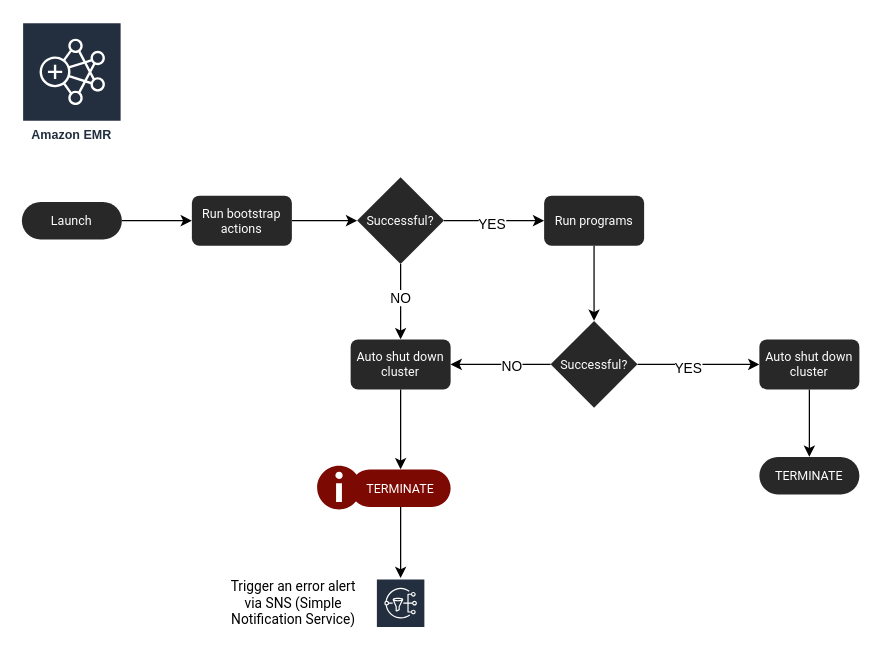
The draw.io diagram assets/pattern-emr.drawio in thereferences/practice, before the edit. Source tidied: cells renumbered, new cells numbered last; positions are measured from the earlier drawing's top-left corner, leaving out a move shared by most shapes. Both pictures are drawn from the tidied source at 125%, with x=0, y=0 at pixel (21, 21).
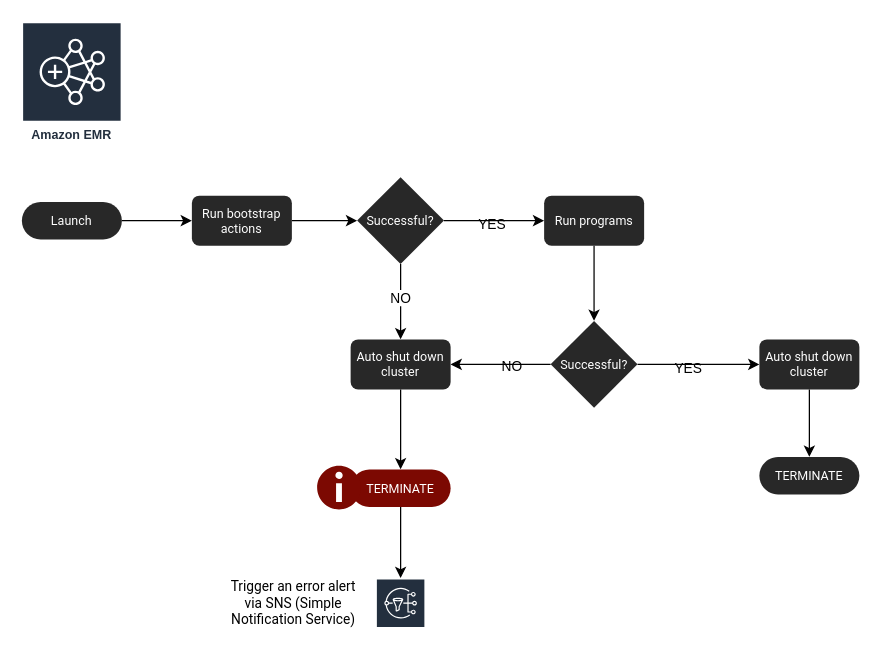
The same diagram, later.

Unchanged cells that the change refers to:
```xml
<mxCell id="5" style="edgeStyle=orthogonalEdgeStyle;rounded=0;jettySize=auto;html=1;entryX=0;entryY=0.5;entryDx=0;entryDy=0;" parent="1" edge="1" source="9" target="15">
  <mxGeometry relative="1" as="geometry" />
</mxCell>
<mxCell id="16" style="edgeStyle=orthogonalEdgeStyle;rounded=0;jettySize=auto;html=1;entryX=0;entryY=0.5;entryDx=0;entryDy=0;" parent="1" edge="1" source="20" target="21">
  <mxGeometry relative="1" as="geometry" />
</mxCell>
<mxCell id="18" style="edgeStyle=orthogonalEdgeStyle;rounded=0;jettySize=auto;html=1;entryX=1;entryY=0.5;entryDx=0;entryDy=0;" parent="1" edge="1" source="20" target="12">
  <mxGeometry relative="1" as="geometry" />
</mxCell>
```

The edit, as a diff of the source:
```diff
@@
-    <mxCell id="6" value="YES" style="edgeLabel;html=1;align=center;verticalAlign=middle;" parent="5" vertex="1">
+    <mxCell id="6" value="YES" style="edgeLabel;html=1;align=center;verticalAlign=middle;labelBackgroundColor=none;" parent="5" vertex="1">
       <mxGeometry x="-0.05" y="-2" relative="1" as="geometry" />
     </mxCell>
@@
-    <mxCell id="17" value="YES" style="edgeLabel;html=1;align=center;verticalAlign=middle;" parent="16" vertex="1">
+    <mxCell id="17" value="YES" style="edgeLabel;html=1;align=center;verticalAlign=middle;labelBackgroundColor=none;" parent="16" vertex="1">
       <mxGeometry x="-0.18" y="-2" relative="1" as="geometry" />
     </mxCell>
@@
-    <mxCell id="19" value="NO" style="edgeLabel;html=1;align=center;verticalAlign=middle;" parent="18" vertex="1">
+    <mxCell id="19" value="NO" style="edgeLabel;html=1;align=center;verticalAlign=middle;labelBackgroundColor=none;" parent="18" vertex="1">
       <mxGeometry x="-0.19" y="1" relative="1" as="geometry" />
     </mxCell>
```
